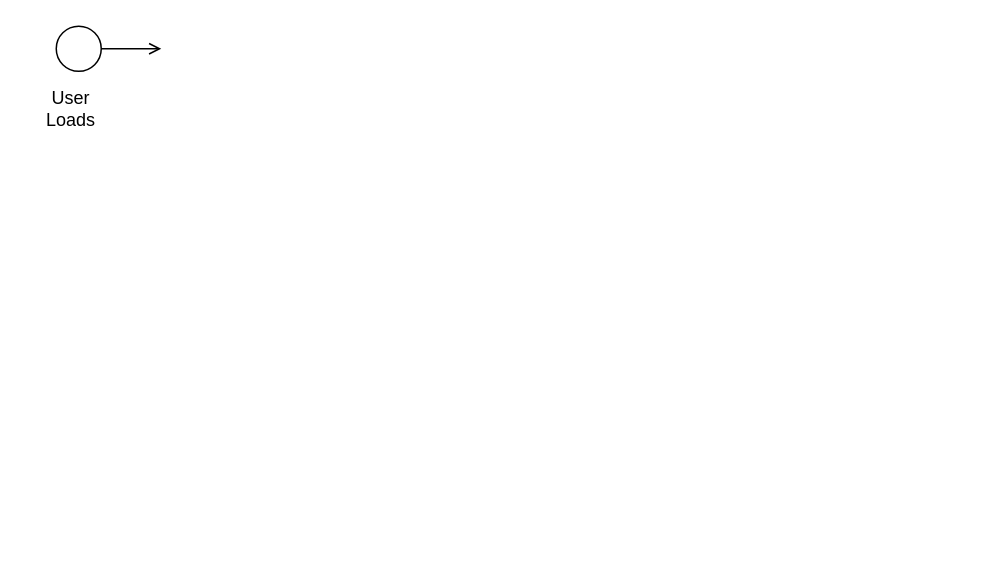
Earlier version of the draw.io diagram page "Activity-Diagram-Overview-Load" (2 of 4) of docs/gc_model_training_module.drawio (ckittask/Global-Classifier). Source tidied: cells renumbered, new cells numbered last; positions are measured from the earlier drawing's top-left corner, leaving out a move shared by most shapes. Both pictures are drawn from the tidied source at 150%, with x=0, y=0 at pixel (26, 26).
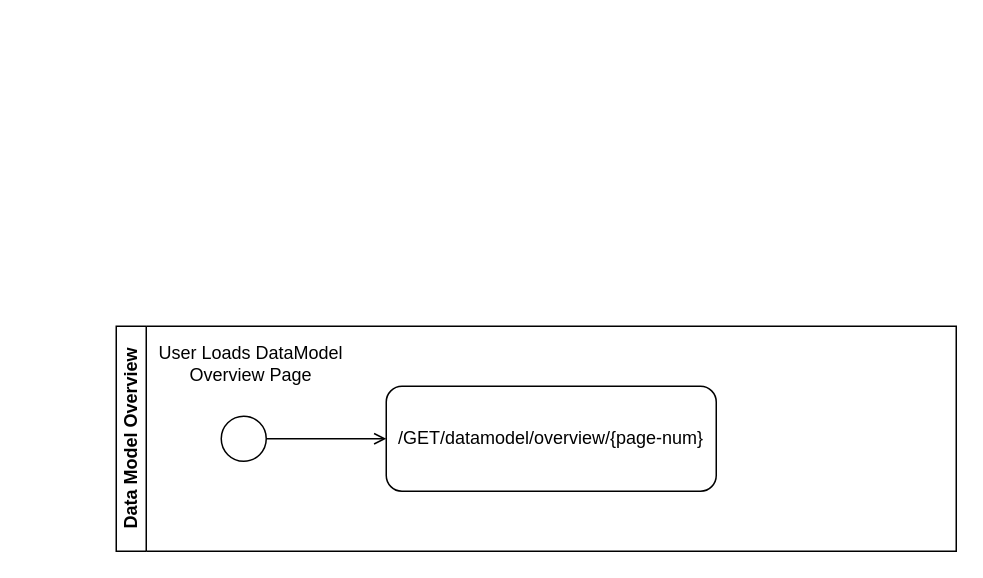
Above is the later version.

Diff of the diagram source:
```diff
@@
 <mxGraphModel>
   <root>
     <mxCell id="0" />
     <mxCell id="1" parent="0" />
     <mxCell id="2" style="ellipse;html=1;" parent="1" vertex="1">
-      <mxGeometry x="20" width="30" height="30" as="geometry" />
+      <mxGeometry x="130" y="260" width="30" height="30" as="geometry" />
     </mxCell>
     <mxCell id="3" style="endArrow=open;html=1;rounded=0;align=center;verticalAlign=top;endFill=0;labelBackgroundColor=none;endSize=6;" parent="1" edge="1" source="2">
       <mxGeometry relative="1" as="geometry">
-        <mxPoint x="90" y="15" as="targetPoint" />
+        <mxPoint x="240" y="275" as="targetPoint" />
       </mxGeometry>
     </mxCell>
-    <mxCell id="4" value="User Loads" style="text;html=1;align=center;verticalAlign=middle;whiteSpace=wrap;rounded=0;" parent="1" vertex="1">
-      <mxGeometry y="40" width="60" height="30" as="geometry" />
+    <mxCell id="4" value="User Loads DataModel Overview Page" style="text;html=1;align=center;verticalAlign=middle;whiteSpace=wrap;rounded=0;" parent="1" vertex="1">
+      <mxGeometry x="80" y="210" width="140" height="30" as="geometry" />
     </mxCell>
+    <mxCell id="5" style="rounded=1;whiteSpace=wrap;html=1;" parent="1" vertex="1">
+      <mxGeometry x="240" y="240" width="220" height="70" as="geometry" />
+    </mxCell>
+    <mxCell id="6" value="/GET/datamodel/overview/{page-num}" style="text;html=1;align=center;verticalAlign=middle;whiteSpace=wrap;rounded=0;" parent="1" vertex="1">
+      <mxGeometry x="245" y="257.4" width="210" height="35.2" as="geometry" />
+    </mxCell>
+    <mxCell id="7" value="Data Model Overview" style="swimlane;startSize=20;horizontal=0;html=1;whiteSpace=wrap;" parent="1" vertex="1">
+      <mxGeometry x="60" y="200" width="560" height="150" as="geometry" />
+    </mxCell>
   </root>
 </mxGraphModel>
```
